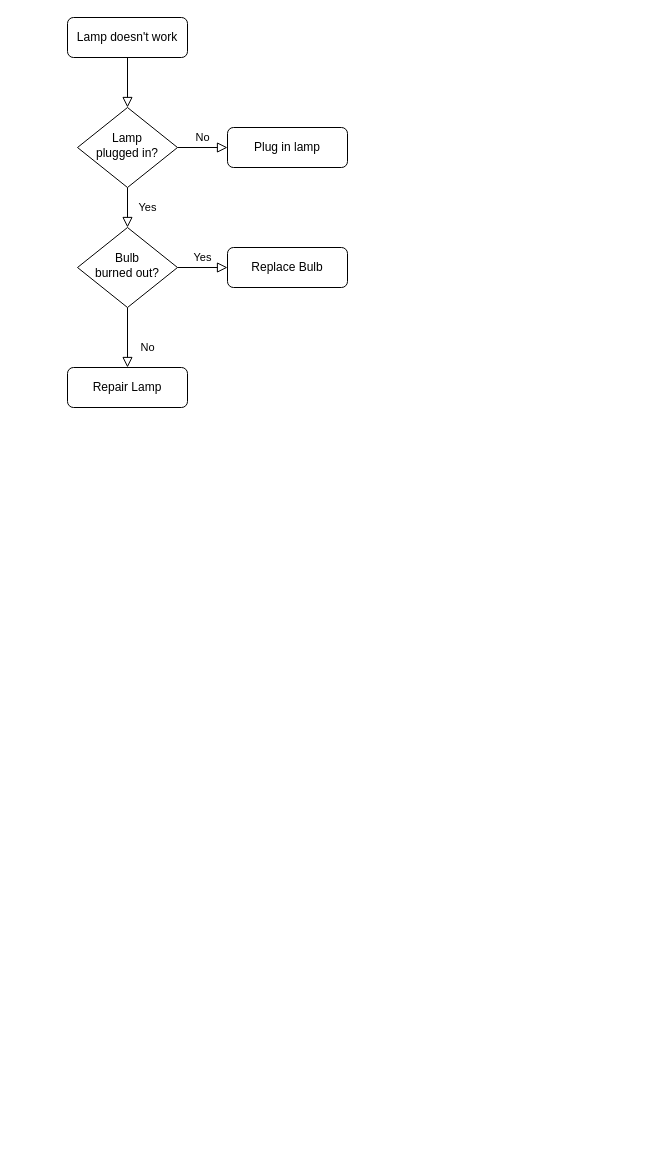
Above: 流程图/cp导入.drawio in zqhait/drawio (draw.io), before the change. Source tidied: cells renumbered, new cells numbered last; positions are measured from the earlier drawing's top-left corner, leaving out a move shared by most shapes. Both pictures are drawn from the tidied source at 100%, with x=0, y=0 at pixel (67, 17).
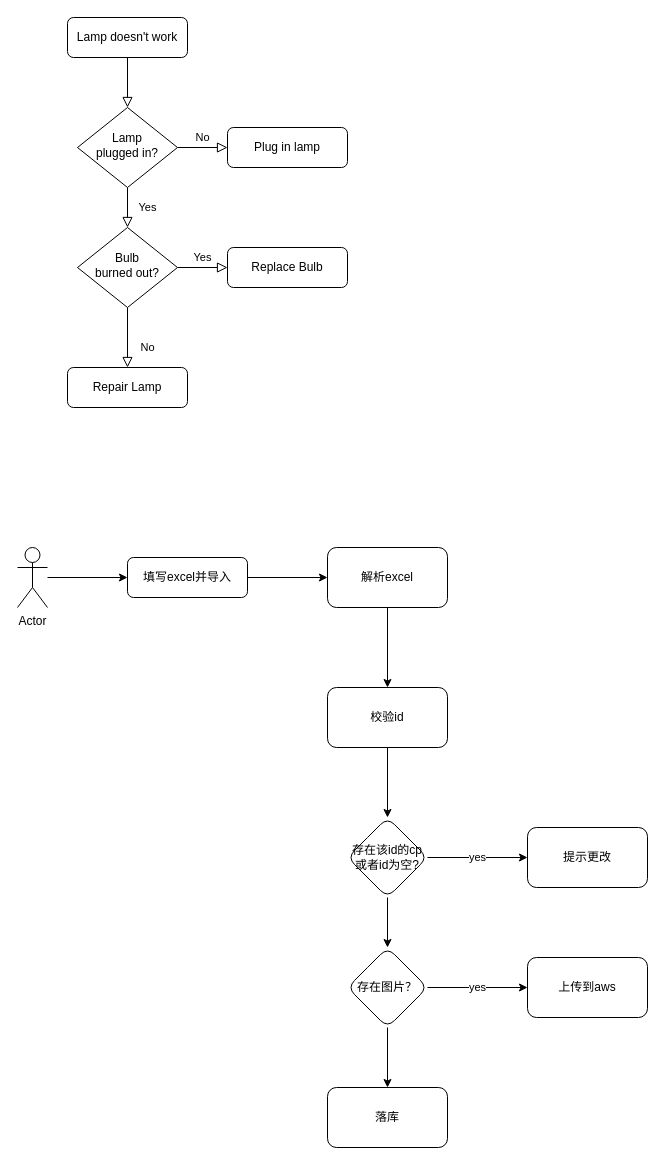
Above is the later version.

What changed in the source:
```diff
@@
+    <mxCell id="13" style="edgeStyle=orthogonalEdgeStyle;rounded=0;jettySize=auto;html=1;" parent="1" edge="1" source="14" target="16">
+      <mxGeometry relative="1" as="geometry" />
+    </mxCell>
+    <mxCell id="14" value="Actor" style="shape=umlActor;verticalLabelPosition=bottom;verticalAlign=top;html=1;outlineConnect=0;" parent="1" vertex="1">
+      <mxGeometry x="-50" y="530" width="30" height="60" as="geometry" />
+    </mxCell>
+    <mxCell id="15" style="edgeStyle=orthogonalEdgeStyle;rounded=0;jettySize=auto;html=1;" parent="1" edge="1" source="16" target="18">
+      <mxGeometry relative="1" as="geometry" />
+    </mxCell>
+    <mxCell id="16" value="填写excel并导入" style="rounded=1;whiteSpace=wrap;html=1;fontSize=12;glass=0;strokeWidth=1;shadow=0;" parent="1" vertex="1">
+      <mxGeometry x="60" y="540" width="120" height="40" as="geometry" />
+    </mxCell>
+    <mxCell id="17" style="edgeStyle=orthogonalEdgeStyle;rounded=0;jettySize=auto;html=1;" parent="1" edge="1" source="18" target="20">
+      <mxGeometry relative="1" as="geometry" />
+    </mxCell>
+    <mxCell id="18" value="解析excel" style="whiteSpace=wrap;html=1;rounded=1;glass=0;strokeWidth=1;shadow=0;" parent="1" vertex="1">
+      <mxGeometry x="260" y="530" width="120" height="60" as="geometry" />
+    </mxCell>
+    <mxCell id="19" style="edgeStyle=orthogonalEdgeStyle;rounded=0;jettySize=auto;html=1;" parent="1" edge="1" source="20" target="23">
+      <mxGeometry relative="1" as="geometry" />
+    </mxCell>
+    <mxCell id="20" value="校验id" style="whiteSpace=wrap;html=1;rounded=1;glass=0;strokeWidth=1;shadow=0;" parent="1" vertex="1">
+      <mxGeometry x="260" y="670" width="120" height="60" as="geometry" />
+    </mxCell>
+    <mxCell id="21" value="yes" style="edgeStyle=orthogonalEdgeStyle;rounded=0;jettySize=auto;html=1;" parent="1" edge="1" source="23" target="24">
+      <mxGeometry relative="1" as="geometry" />
+    </mxCell>
+    <mxCell id="22" style="edgeStyle=orthogonalEdgeStyle;rounded=0;jettySize=auto;html=1;entryX=0.5;entryY=0;entryDx=0;entryDy=0;" parent="1" edge="1" source="23" target="27">
+      <mxGeometry relative="1" as="geometry" />
+    </mxCell>
+    <mxCell id="23" value="存在该id的cp或者id为空?" style="rhombus;whiteSpace=wrap;html=1;rounded=1;glass=0;strokeWidth=1;shadow=0;" parent="1" vertex="1">
+      <mxGeometry x="280" y="800" width="80" height="80" as="geometry" />
+    </mxCell>
+    <mxCell id="24" value="提示更改" style="whiteSpace=wrap;html=1;rounded=1;glass=0;strokeWidth=1;shadow=0;" parent="1" vertex="1">
+      <mxGeometry x="460" y="810" width="120" height="60" as="geometry" />
+    </mxCell>
+    <mxCell id="25" value="yes" style="edgeStyle=orthogonalEdgeStyle;rounded=0;jettySize=auto;html=1;" parent="1" edge="1" source="27" target="28">
+      <mxGeometry relative="1" as="geometry" />
+    </mxCell>
+    <mxCell id="26" style="edgeStyle=orthogonalEdgeStyle;rounded=0;jettySize=auto;html=1;" parent="1" edge="1" source="27" target="29">
+      <mxGeometry relative="1" as="geometry" />
+    </mxCell>
+    <mxCell id="27" value="存在图片？" style="rhombus;whiteSpace=wrap;html=1;rounded=1;glass=0;strokeWidth=1;shadow=0;" parent="1" vertex="1">
+      <mxGeometry x="280" y="930" width="80" height="80" as="geometry" />
+    </mxCell>
+    <mxCell id="28" value="上传到aws" style="whiteSpace=wrap;html=1;rounded=1;glass=0;strokeWidth=1;shadow=0;" parent="1" vertex="1">
+      <mxGeometry x="460" y="940" width="120" height="60" as="geometry" />
+    </mxCell>
+    <mxCell id="29" value="落库" style="whiteSpace=wrap;html=1;rounded=1;glass=0;strokeWidth=1;shadow=0;" parent="1" vertex="1">
+      <mxGeometry x="260" y="1070" width="120" height="60" as="geometry" />
+    </mxCell>
```
